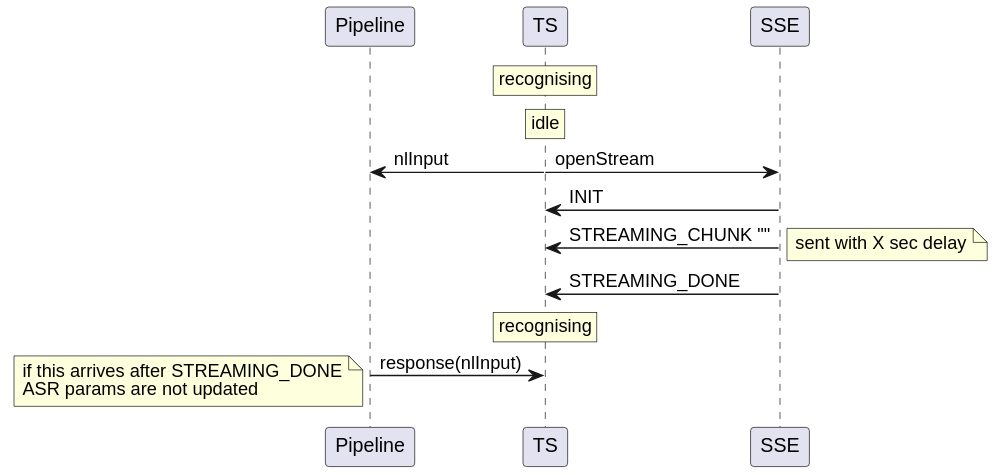
The PlantUML diagram docs/diagrams/stream-and-tdm.svg in Talkamatic/tala-speech, before a commit. Its diagram source:
```plantuml
@startuml
skinparam defaultFontName Helvetica
!pragma teoz true
participant Pipeline
participant TS
participant SSE
rnote over TS: recognising
rnote over TS: idle
TS -> Pipeline: nlInput
&  TS -> SSE: openStream
SSE -> TS: INIT
SSE -> TS: STREAMING_CHUNK ""
note right
  sent with X sec delay
end note
SSE -> TS: STREAMING_DONE
rnote over TS: recognising
Pipeline -> TS: response(nlInput)
note left
  if this arrives after STREAMING_DONE
  ASR params are not updated
end note
@enduml
```
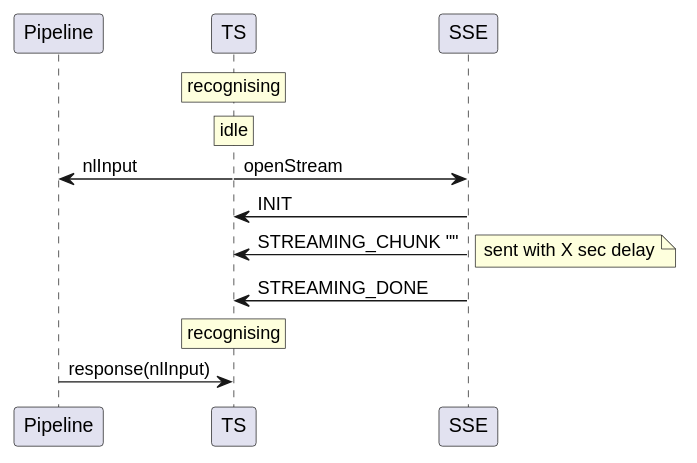
Later version of the same file.

Change to the diagram source:
```diff
@@ -16,8 +16,4 @@
 SSE -> TS: STREAMING_DONE
 rnote over TS: recognising
 Pipeline -> TS: response(nlInput)
-note left
-  if this arrives after STREAMING_DONE
-  ASR params are not updated
-end note
 @enduml
```
